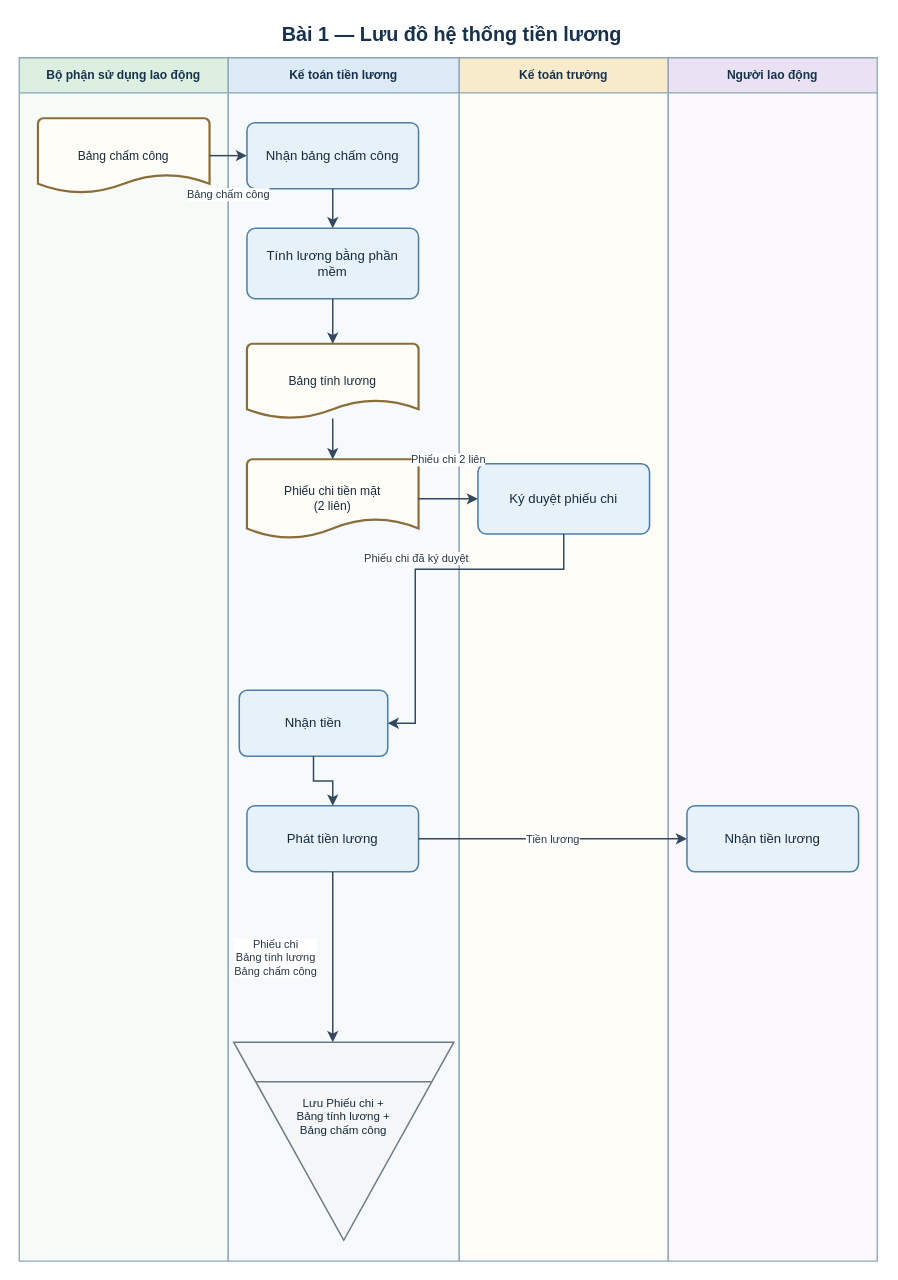
Before: assets/drawio/01_payroll_system_flow.drawio in saigonbaddielover/thtrang, a draw.io diagram. Source tidied: cells renumbered, new cells numbered last; positions are measured from the earlier drawing's top-left corner, leaving out a move shared by most shapes. Both pictures are drawn from the tidied source at 110%, with x=0, y=0 at pixel (19, 19).
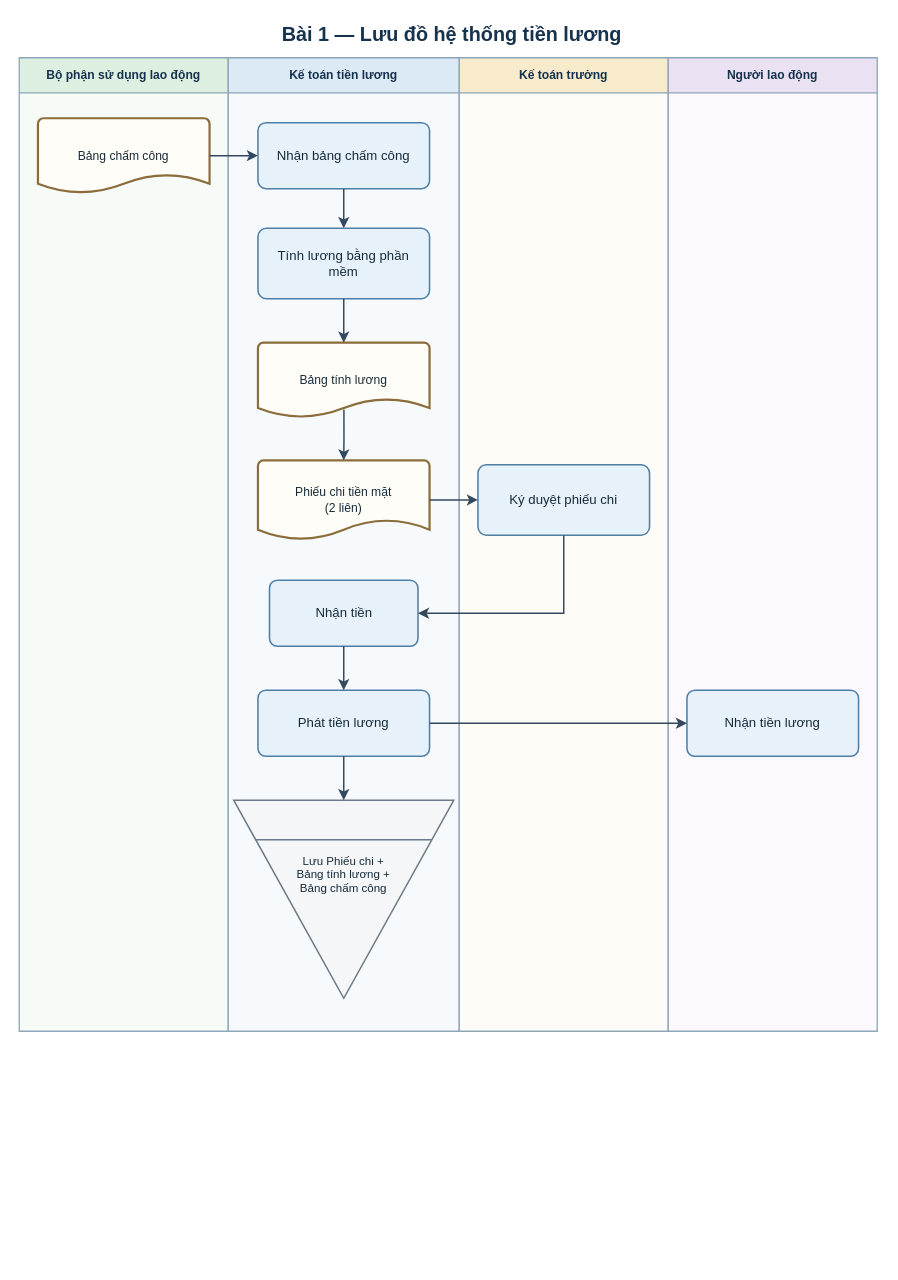
The same diagram, later.

Commit message (it also covers changes not shown here):
chore(diagrams): checkpoint web layout edits

in:`n- charts 01 and 04 contained uncommitted layouts edited in diagrams.net`nout:`n- the exact user-edited wrappers are preserved before canonical reconciliation`nchanged:`n- checkpointed the two Draw.io wrapper revisions without derived artifacts`ntested:`n- git diff --cached --check: pass`nrisks:`n- canonical XML and derived assets intentionally remain stale until reconciliation

Diff of the diagram source:
```diff
@@
     <mxCell id="3" value="Bộ phận sử dụng lao động" style="swimlane;horizontal=1;startSize=32;html=1;whiteSpace=wrap;fontFamily=Arial;fontSize=11;fontStyle=1;fontColor=#17324D;align=center;verticalAlign=middle;rounded=0;fillColor=#DDEFE1;swimlaneFillColor=#F7FBF8;strokeColor=#8EA6B8;strokeWidth=1.2;" parent="1" vertex="1">
-      <mxGeometry y="35" width="190" height="1094" as="geometry" />
+      <mxGeometry y="35" width="190" height="885" as="geometry" />
     </mxCell>
+    <mxCell id="7" value="Bảng chấm công" style="strokeWidth=2;shape=mxgraph.flowchart.document2;size=0.25;html=1;whiteSpace=wrap;fontFamily=Arial;align=center;verticalAlign=middle;fontColor=#172B3A;fontSize=11;spacing=4;fillColor=#FFFDF7;strokeColor=#8A6D3B;" parent="3" vertex="1">
+      <mxGeometry x="17" y="55" width="156" height="68" as="geometry" />
+    </mxCell>
     <mxCell id="4" value="Kế toán tiền lương" style="swimlane;horizontal=1;startSize=32;html=1;whiteSpace=wrap;fontFamily=Arial;fontSize=11;fontStyle=1;fontColor=#17324D;align=center;verticalAlign=middle;rounded=0;fillColor=#DCEAF6;swimlaneFillColor=#F7FAFD;strokeColor=#8EA6B8;strokeWidth=1.2;" parent="1" vertex="1">
-      <mxGeometry x="190" y="35" width="210" height="1094" as="geometry" />
+      <mxGeometry x="190" y="35" width="210" height="885" as="geometry" />
     </mxCell>
-    <mxCell id="5" value="Kế toán trưởng" style="swimlane;horizontal=1;startSize=32;html=1;whiteSpace=wrap;fontFamily=Arial;fontSize=11;fontStyle=1;fontColor=#17324D;align=center;verticalAlign=middle;rounded=0;fillColor=#F8EBCB;swimlaneFillColor=#FEFCF6;strokeColor=#8EA6B8;strokeWidth=1.2;" parent="1" vertex="1">
-      <mxGeometry x="400" y="35" width="190" height="1094" as="geometry" />
-    </mxCell>
-    <mxCell id="6" value="Người lao động" style="swimlane;horizontal=1;startSize=32;html=1;whiteSpace=wrap;fontFamily=Arial;fontSize=11;fontStyle=1;fontColor=#17324D;align=center;verticalAlign=middle;rounded=0;fillColor=#EAE1F3;swimlaneFillColor=#FBF9FD;strokeColor=#8EA6B8;strokeWidth=1.2;" parent="1" vertex="1">
-      <mxGeometry x="590" y="35" width="190" height="1094" as="geometry" />
-    </mxCell>
-    <mxCell id="7" value="Bảng chấm công" style="strokeWidth=2;shape=mxgraph.flowchart.document2;size=0.25;html=1;whiteSpace=wrap;fontFamily=Arial;align=center;verticalAlign=middle;fontColor=#172B3A;fontSize=11;spacing=4;fillColor=#FFFDF7;strokeColor=#8A6D3B;" parent="3" vertex="1">
-      <mxGeometry x="17" y="55" width="156" height="68" as="geometry" />
-    </mxCell>
     <mxCell id="8" value="Nhận bảng chấm công" style="rounded=1;arcSize=12;html=1;whiteSpace=wrap;fontFamily=Arial;align=center;verticalAlign=middle;fontColor=#172B3A; fontSize=11;spacing=5;fillColor=#E7F1FA;strokeColor=#4E7FA7;strokeWidth=1.4;" parent="4" vertex="1">
-      <mxGeometry x="17" y="59" width="156" height="60" as="geometry" />
+      <mxGeometry x="27" y="59" width="156" height="60" as="geometry" />
     </mxCell>
     <mxCell id="9" value="Tính lương bằng phần mềm" style="rounded=1;arcSize=12;html=1;whiteSpace=wrap;fontFamily=Arial;align=center;verticalAlign=middle;fontColor=#172B3A; fontSize=11;spacing=5;fillColor=#E7F1FA;strokeColor=#4E7FA7;strokeWidth=1.4;" parent="4" vertex="1">
-      <mxGeometry x="17" y="155" width="156" height="64" as="geometry" />
+      <mxGeometry x="27" y="155" width="156" height="64" as="geometry" />
     </mxCell>
     <mxCell id="10" value="Bảng tính lương" style="strokeWidth=2;shape=mxgraph.flowchart.document2;size=0.25;html=1;whiteSpace=wrap;fontFamily=Arial;align=center;verticalAlign=middle;fontColor=#172B3A;fontSize=11;spacing=4;fillColor=#FFFDF7;strokeColor=#8A6D3B;" parent="4" vertex="1">
-      <mxGeometry x="17" y="260" width="156" height="68" as="geometry" />
+      <mxGeometry x="27" y="259" width="156" height="68" as="geometry" />
     </mxCell>
     <mxCell id="11" value="Phiếu chi tiền mặt&lt;br&gt;(2 liên)" style="strokeWidth=2;shape=mxgraph.flowchart.document2;size=0.25;html=1;whiteSpace=wrap;fontFamily=Arial;align=center;verticalAlign=middle;fontColor=#172B3A;fontSize=11;spacing=4;fillColor=#FFFDF7;strokeColor=#8A6D3B;" parent="4" vertex="1">
-      <mxGeometry x="17" y="365" width="156" height="72" as="geometry" />
+      <mxGeometry x="27" y="366" width="156" height="72" as="geometry" />
     </mxCell>
-    <mxCell id="12" value="Ký duyệt phiếu chi" style="rounded=1;arcSize=12;html=1;whiteSpace=wrap;fontFamily=Arial;align=center;verticalAlign=middle;fontColor=#172B3A; fontSize=11;spacing=5;fillColor=#E7F1FA;strokeColor=#4E7FA7;strokeWidth=1.4;" parent="5" vertex="1">
-      <mxGeometry x="17" y="369" width="156" height="64" as="geometry" />
-    </mxCell>
     <mxCell id="13" value="Nhận tiền" style="rounded=1;arcSize=12;html=1;whiteSpace=wrap;fontFamily=Arial;align=center;verticalAlign=middle;fontColor=#172B3A; fontSize=11;spacing=5;fillColor=#E7F1FA;strokeColor=#4E7FA7;strokeWidth=1.4;" parent="4" vertex="1">
-      <mxGeometry x="10" y="575" width="135" height="60" as="geometry" />
+      <mxGeometry x="37.5" y="475" width="135" height="60" as="geometry" />
     </mxCell>
     <mxCell id="14" value="Phát tiền lương" style="rounded=1;arcSize=12;html=1;whiteSpace=wrap;fontFamily=Arial;align=center;verticalAlign=middle;fontColor=#172B3A; fontSize=11;spacing=5;fillColor=#E7F1FA;strokeColor=#4E7FA7;strokeWidth=1.4;" parent="4" vertex="1">
-      <mxGeometry x="17" y="680" width="156" height="60" as="geometry" />
+      <mxGeometry x="27" y="575" width="156" height="60" as="geometry" />
     </mxCell>
+    <mxCell id="16" value="Lưu Phiếu chi +&lt;br&gt;Bảng tính lương +&lt;br&gt;Bảng chấm công" style="shape=mxgraph.dfd.archive;html=1;whiteSpace=wrap;fontFamily=Arial;align=center;verticalLabelPosition=middle;verticalAlign=middle;fontColor=#172B3A;fontSize=10.5;spacing=4;spacingBottom=46;fillColor=#F4F6F7;strokeColor=#6D7A86;strokeWidth=1.4;" parent="4" vertex="1">
+      <mxGeometry x="5" y="675" width="200" height="180" as="geometry" />
+    </mxCell>
+    <mxCell id="5" value="Kế toán trưởng" style="swimlane;horizontal=1;startSize=32;html=1;whiteSpace=wrap;fontFamily=Arial;fontSize=11;fontStyle=1;fontColor=#17324D;align=center;verticalAlign=middle;rounded=0;fillColor=#F8EBCB;swimlaneFillColor=#FEFCF6;strokeColor=#8EA6B8;strokeWidth=1.2;" parent="1" vertex="1">
+      <mxGeometry x="400" y="35" width="190" height="885" as="geometry" />
+    </mxCell>
+    <mxCell id="12" value="Ký duyệt phiếu chi" style="rounded=1;arcSize=12;html=1;whiteSpace=wrap;fontFamily=Arial;align=center;verticalAlign=middle;fontColor=#172B3A; fontSize=11;spacing=5;fillColor=#E7F1FA;strokeColor=#4E7FA7;strokeWidth=1.4;" parent="5" vertex="1">
+      <mxGeometry x="17" y="370" width="156" height="64" as="geometry" />
+    </mxCell>
+    <mxCell id="6" value="Người lao động" style="swimlane;horizontal=1;startSize=32;html=1;whiteSpace=wrap;fontFamily=Arial;fontSize=11;fontStyle=1;fontColor=#17324D;align=center;verticalAlign=middle;rounded=0;fillColor=#EAE1F3;swimlaneFillColor=#FBF9FD;strokeColor=#8EA6B8;strokeWidth=1.2;" parent="1" vertex="1">
+      <mxGeometry x="590" y="35" width="190" height="885" as="geometry" />
+    </mxCell>
     <mxCell id="15" value="Nhận tiền lương" style="rounded=1;arcSize=12;html=1;whiteSpace=wrap;fontFamily=Arial;align=center;verticalAlign=middle;fontColor=#172B3A; fontSize=11;spacing=5;fillColor=#E7F1FA;strokeColor=#4E7FA7;strokeWidth=1.4;" parent="6" vertex="1">
-      <mxGeometry x="17" y="680" width="156" height="60" as="geometry" />
+      <mxGeometry x="17" y="575" width="156" height="60" as="geometry" />
     </mxCell>
-    <mxCell id="16" value="Lưu Phiếu chi +&lt;br&gt;Bảng tính lương +&lt;br&gt;Bảng chấm công" style="shape=mxgraph.dfd.archive;html=1;whiteSpace=wrap;fontFamily=Arial;align=center;verticalLabelPosition=middle;verticalAlign=middle;fontColor=#172B3A;fontSize=10.5;spacing=4;spacingBottom=46;fillColor=#F4F6F7;strokeColor=#6D7A86;strokeWidth=1.4;" parent="4" vertex="1">
-      <mxGeometry x="5" y="895" width="200" height="180" as="geometry" />
-    </mxCell>
-    <mxCell id="17" value="Bảng chấm công" style="edgeStyle=orthogonalEdgeStyle;rounded=0;jettySize=auto;html=1;fontFamily=Arial;fontSize=10;fontColor=#273746;labelBackgroundColor=#FFFFFF;strokeColor=#34495E;strokeWidth=1.35;endArrow=classic;endFill=1;exitX=1;exitY=0.5;entryX=0;entryY=0.5;" parent="1" edge="1" source="7" target="8">
-      <mxGeometry relative="1" as="geometry">
-        <mxPoint y="35" as="offset" />
-      </mxGeometry>
+    <mxCell id="17" style="edgeStyle=orthogonalEdgeStyle;rounded=0;jettySize=auto;html=1;fontFamily=Arial;fontSize=10;fontColor=#273746;labelBackgroundColor=#FFFFFF;strokeColor=#34495E;strokeWidth=1.35;endArrow=classic;endFill=1;exitX=1;exitY=0.5;entryX=0;entryY=0.5;" parent="1" edge="1" source="7" target="8">
+      <mxGeometry y="-26" relative="1" as="geometry" />
     </mxCell>
@@
-    <mxCell id="20" style="edgeStyle=orthogonalEdgeStyle;rounded=0;jettySize=auto;html=1;fontFamily=Arial;fontSize=10;fontColor=#273746;labelBackgroundColor=#FFFFFF;strokeColor=#34495E;strokeWidth=1.35;endArrow=classic;endFill=1;exitX=0.5;exitY=1;entryX=0.5;entryY=0;" parent="1" edge="1" source="10" target="11">
+    <mxCell id="20" style="edgeStyle=orthogonalEdgeStyle;rounded=0;jettySize=auto;html=1;fontFamily=Arial;fontSize=10;fontColor=#273746;labelBackgroundColor=#FFFFFF;strokeColor=#34495E;strokeWidth=1.35;endArrow=classic;endFill=1;exitX=0.501;exitY=0.894;entryX=0.5;entryY=0;exitDx=0;exitDy=0;exitPerimeter=0;" parent="1" edge="1" source="10" target="11">
       <mxGeometry relative="1" as="geometry" />
     </mxCell>
-    <mxCell id="21" value="Phiếu chi 2 liên" style="edgeStyle=orthogonalEdgeStyle;rounded=0;jettySize=auto;html=1;fontFamily=Arial;fontSize=10;fontColor=#273746;labelBackgroundColor=#FFFFFF;strokeColor=#34495E;strokeWidth=1.35;endArrow=classic;endFill=1;exitX=1;exitY=0.5;entryX=0;entryY=0.5;" parent="1" edge="1" source="11" target="12">
-      <mxGeometry relative="1" as="geometry">
-        <mxPoint y="-36" as="offset" />
-      </mxGeometry>
+    <mxCell id="21" style="edgeStyle=orthogonalEdgeStyle;rounded=0;jettySize=auto;html=1;fontFamily=Arial;fontSize=10;fontColor=#273746;labelBackgroundColor=#FFFFFF;strokeColor=#34495E;strokeWidth=1.35;endArrow=classic;endFill=1;exitX=1;exitY=0.5;entryX=0;entryY=0.5;" parent="1" edge="1" source="11" target="12">
+      <mxGeometry y="16" relative="1" as="geometry" />
     </mxCell>
-    <mxCell id="22" value="Phiếu chi đã ký duyệt" style="edgeStyle=orthogonalEdgeStyle;rounded=0;jettySize=auto;html=1;fontFamily=Arial;fontSize=10;fontColor=#273746;labelBackgroundColor=#FFFFFF;strokeColor=#34495E;strokeWidth=1.35;endArrow=classic;endFill=1;exitX=0.5;exitY=1;entryX=1;entryY=0.5;" parent="1" edge="1" source="12" target="13">
-      <mxGeometry relative="1" as="geometry">
+    <mxCell id="22" style="edgeStyle=orthogonalEdgeStyle;rounded=0;jettySize=auto;html=1;fontFamily=Arial;fontSize=10;fontColor=#273746;labelBackgroundColor=#FFFFFF;strokeColor=#34495E;strokeWidth=1.35;endArrow=classic;endFill=1;exitX=0.5;exitY=1;entryX=1;entryY=0.5;" parent="1" edge="1" source="12" target="13">
+      <mxGeometry x="-0.51" y="20" relative="1" as="geometry">
         <Array as="points">
-          <mxPoint x="360" y="500" />
-          <mxPoint x="360" y="640" />
+          <mxPoint x="495" y="540" />
         </Array>
-        <mxPoint y="-10" as="offset" />
       </mxGeometry>
     </mxCell>
@@
-    <mxCell id="24" value="Tiền lương" style="edgeStyle=orthogonalEdgeStyle;rounded=0;jettySize=auto;html=1;fontFamily=Arial;fontSize=10;fontColor=#273746;labelBackgroundColor=#FFFFFF;strokeColor=#34495E;strokeWidth=1.35;endArrow=classic;endFill=1;exitX=1;exitY=0.5;entryX=0;entryY=0.5;" parent="1" edge="1" source="14" target="15">
-      <mxGeometry relative="1" as="geometry" />
+    <mxCell id="24" style="edgeStyle=orthogonalEdgeStyle;rounded=0;jettySize=auto;html=1;fontFamily=Arial;fontSize=10;fontColor=#273746;labelBackgroundColor=#FFFFFF;strokeColor=#34495E;strokeWidth=1.35;endArrow=classic;endFill=1;exitX=1;exitY=0.5;entryX=0;entryY=0.5;" parent="1" edge="1" source="14" target="15">
+      <mxGeometry x="0.04" y="-15" relative="1" as="geometry" />
     </mxCell>
-    <mxCell id="25" value="Phiếu chi&lt;br&gt;Bảng tính lương&lt;br&gt;Bảng chấm công" style="edgeStyle=orthogonalEdgeStyle;rounded=0;jettySize=auto;html=1;fontFamily=Arial;fontSize=10;fontColor=#273746;labelBackgroundColor=#FFFFFF;strokeColor=#34495E;strokeWidth=1.35;endArrow=classic;endFill=1;exitX=0.5;exitY=1;entryX=0.45;entryY=0;" parent="1" edge="1" source="14" target="16">
-      <mxGeometry relative="1" as="geometry">
-        <mxPoint x="-52" as="offset" />
-      </mxGeometry>
+    <mxCell id="25" style="edgeStyle=orthogonalEdgeStyle;rounded=0;jettySize=auto;html=1;fontFamily=Arial;fontSize=10;fontColor=#273746;labelBackgroundColor=#FFFFFF;strokeColor=#34495E;strokeWidth=1.35;endArrow=classic;endFill=1;exitX=0.5;exitY=1;entryX=0.5;entryY=0;entryDx=0;entryDy=0;entryPerimeter=0;" parent="1" edge="1" source="14" target="16">
+      <mxGeometry x="-0.03" y="-45" relative="1" as="geometry" />
     </mxCell>
```
